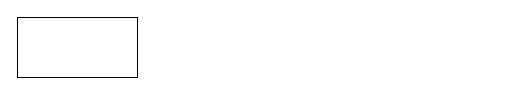
Before: BDClaseUno.drawio in jesicaacosta/PracticasAutocadMedios1, a draw.io diagram. Source tidied: cells renumbered, new cells numbered last; positions are measured from the earlier drawing's top-left corner, leaving out a move shared by most shapes. Both pictures are drawn from the tidied source at 100%, with x=0, y=0 at pixel (17, 17).
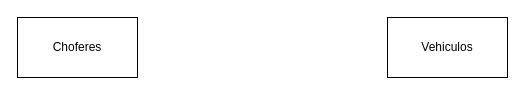
After the change.

The edit, as a diff of the source:
```diff
@@
 <mxGraphModel>
   <root>
     <mxCell id="0" />
     <mxCell id="1" parent="0" />
-    <mxCell id="2" style="rounded=0;whiteSpace=wrap;html=1;" parent="1" vertex="1">
-      <mxGeometry width="120" height="60" as="geometry" />
-    </mxCell>
-    <mxCell id="3" style="rounded=0;whiteSpace=wrap;html=1;" parent="1" vertex="1">
+    <mxCell id="3" value="Choferes" style="rounded=0;whiteSpace=wrap;html=1;" parent="1" vertex="1">
       <mxGeometry width="120" height="60" as="geometry" />
     </mxCell>
+    <mxCell id="4" value="Vehiculos" style="rounded=0;whiteSpace=wrap;html=1;" parent="1" vertex="1">
+      <mxGeometry x="370" width="120" height="60" as="geometry" />
+    </mxCell>
   </root>
 </mxGraphModel>
```
